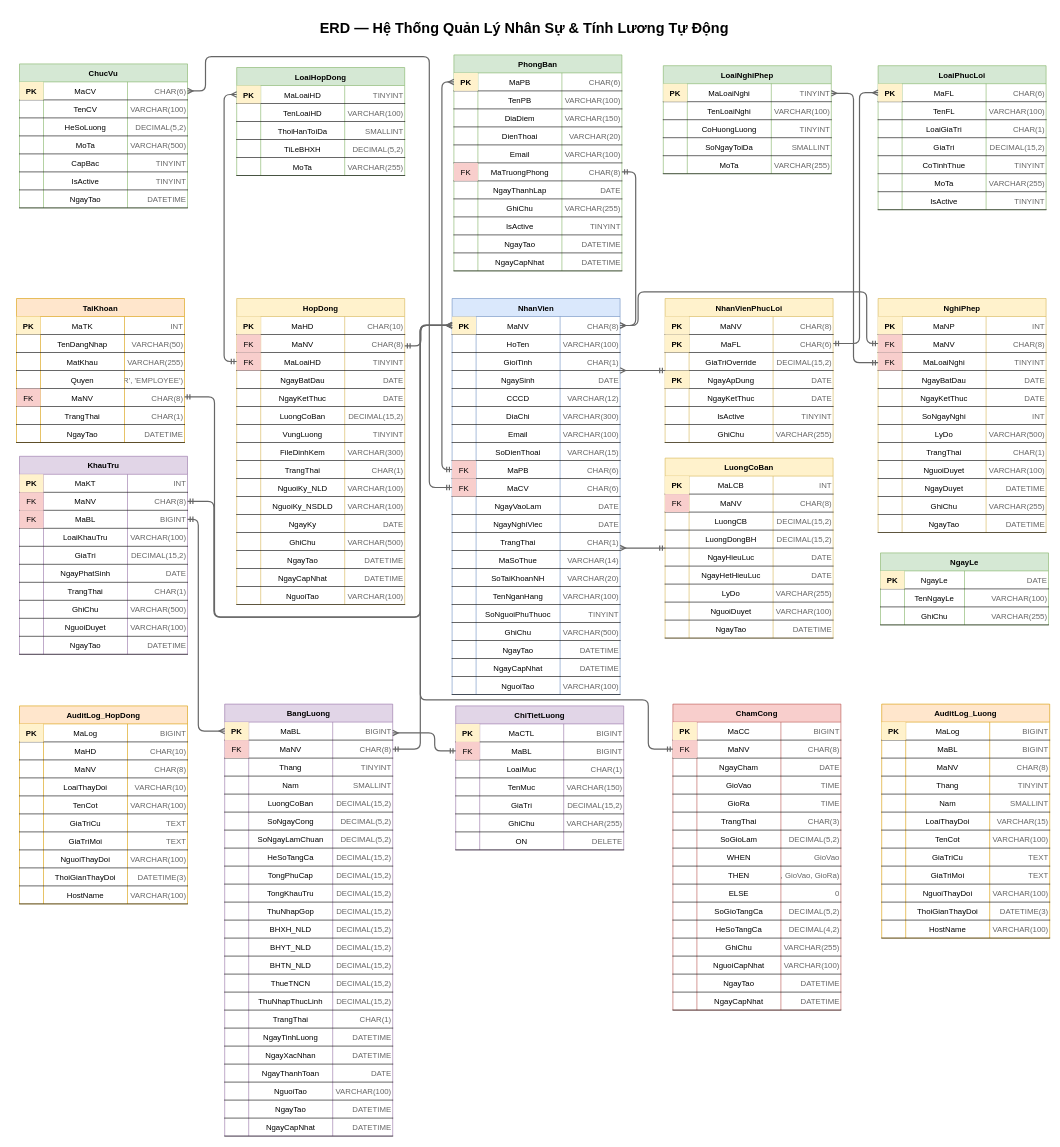
Before: 01_Analysis/ERD_diagram.drawio in Thehy-IT/DBMS_Final_HRM, a draw.io diagram. Source tidied: cells renumbered, new cells numbered last; positions are measured from the earlier drawing's top-left corner, leaving out a move shared by most shapes. Both pictures are drawn from the tidied source at 60%, with x=0, y=0 at pixel (16, 10).
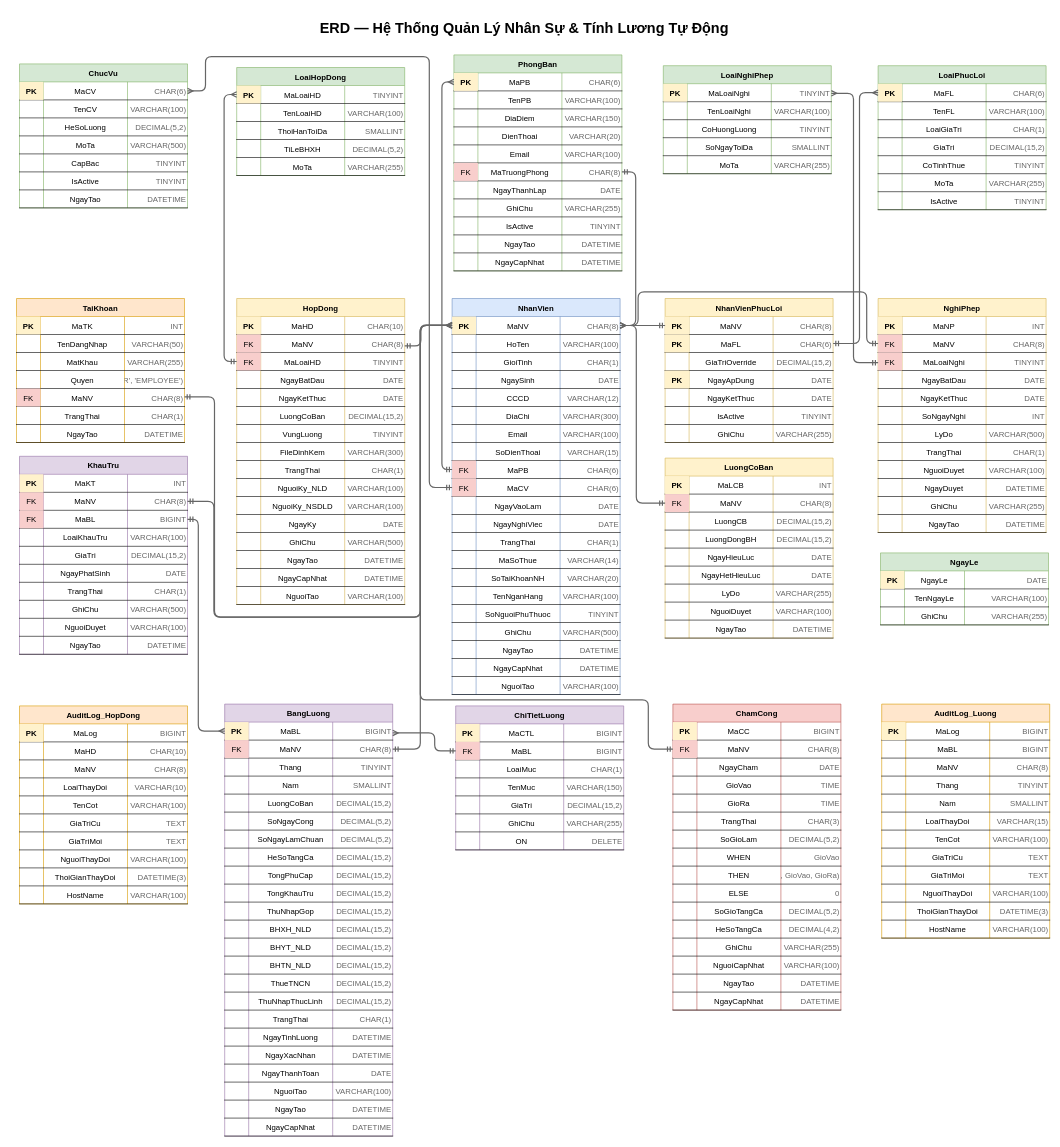
After the change.

Commit message (it also covers changes not shown here):
hoàn thành ERD

Unchanged cells that the change refers to:
```xml
<mxCell id="160" value="NhanVien" style="shape=table;startSize=30;childLayout=tableLayout;rowLines=0;fontStyle=1;align=center;fontSize=13;fillColor=#dae8fc;strokeColor=#6c8ebf;strokeWidth=1;" parent="1" vertex="1">
  <mxGeometry x="726" y="480" width="280" height="660" as="geometry" />
</mxCell>
<mxCell id="161" style="shape=tableRow;horizontal=0;startSize=0;swimlaneHead=0;swimlaneBody=0;fillColor=none;points=[[0,0.5],[1,0.5]];portConstraint=eastwest;fontSize=13;top=0;left=0;right=0;bottom=1;strokeWidth=1;" parent="160" vertex="1">
  <mxGeometry y="30" width="280" height="30" as="geometry" />
</mxCell>
<mxCell id="310" value="LuongCoBan" style="shape=table;startSize=30;childLayout=tableLayout;rowLines=0;fontStyle=1;align=center;fontSize=13;fillColor=#fff2cc;strokeColor=#d6b656;strokeWidth=1;" parent="1" vertex="1">
  <mxGeometry x="1081" y="746" width="280" height="300" as="geometry" />
</mxCell>
<mxCell id="315" style="shape=tableRow;horizontal=0;startSize=0;swimlaneHead=0;swimlaneBody=0;fillColor=none;points=[[0,0.5],[1,0.5]];portConstraint=eastwest;fontSize=13;top=0;left=0;right=0;bottom=1;strokeWidth=1;" parent="310" vertex="1">
  <mxGeometry y="60" width="280" height="30" as="geometry" />
</mxCell>
<mxCell id="396" value="NhanVienPhucLoi" style="shape=table;startSize=30;childLayout=tableLayout;rowLines=0;fontStyle=1;align=center;fontSize=13;fillColor=#fff2cc;strokeColor=#d6b656;strokeWidth=1;" parent="1" vertex="1">
  <mxGeometry x="1081" y="480" width="280" height="240" as="geometry" />
</mxCell>
<mxCell id="397" style="shape=tableRow;horizontal=0;startSize=0;swimlaneHead=0;swimlaneBody=0;fillColor=none;points=[[0,0.5],[1,0.5]];portConstraint=eastwest;fontSize=13;top=0;left=0;right=0;bottom=1;strokeWidth=1;" parent="396" vertex="1">
  <mxGeometry y="30" width="280" height="30" as="geometry" />
</mxCell>
```

What changed in the source:
```diff
@@
-    <mxCell id="777" style="edgeStyle=orthogonalEdgeStyle;rounded=1;jettySize=auto;html=1;strokeColor=#666666;endArrow=ERmany;endFill=0;startArrow=ERmandOne;startFill=0;strokeWidth=2;fontSize=13;" parent="1" edge="1" source="310" target="160">
+    <mxCell id="777" style="edgeStyle=orthogonalEdgeStyle;rounded=1;jettySize=auto;html=1;strokeColor=#666666;endArrow=ERmany;endFill=0;startArrow=ERmandOne;startFill=0;strokeWidth=2;fontSize=13;" parent="1" edge="1" source="315" target="161">
       <mxGeometry relative="1" as="geometry">
         <Array as="points">
-          <mxPoint x="908" y="871" />
-          <mxPoint x="908" y="871" />
+          <mxPoint x="1033" y="821" />
+          <mxPoint x="1033" y="525" />
         </Array>
       </mxGeometry>
     </mxCell>
@@
-    <mxCell id="780" style="edgeStyle=orthogonalEdgeStyle;rounded=1;jettySize=auto;html=1;strokeColor=#666666;endArrow=ERmany;endFill=0;startArrow=ERmandOne;startFill=0;strokeWidth=2;fontSize=13;" parent="1" edge="1" source="396" target="160">
+    <mxCell id="780" style="edgeStyle=orthogonalEdgeStyle;rounded=1;jettySize=auto;html=1;strokeColor=#666666;endArrow=ERmany;endFill=0;startArrow=ERmandOne;startFill=0;strokeWidth=2;fontSize=13;" parent="1" edge="1" source="397" target="161">
       <mxGeometry relative="1" as="geometry">
         <Array as="points">
-          <mxPoint x="903" y="654" />
-          <mxPoint x="903" y="654" />
+          <mxPoint x="1043" y="525" />
+          <mxPoint x="1043" y="525" />
         </Array>
       </mxGeometry>
     </mxCell>
```
